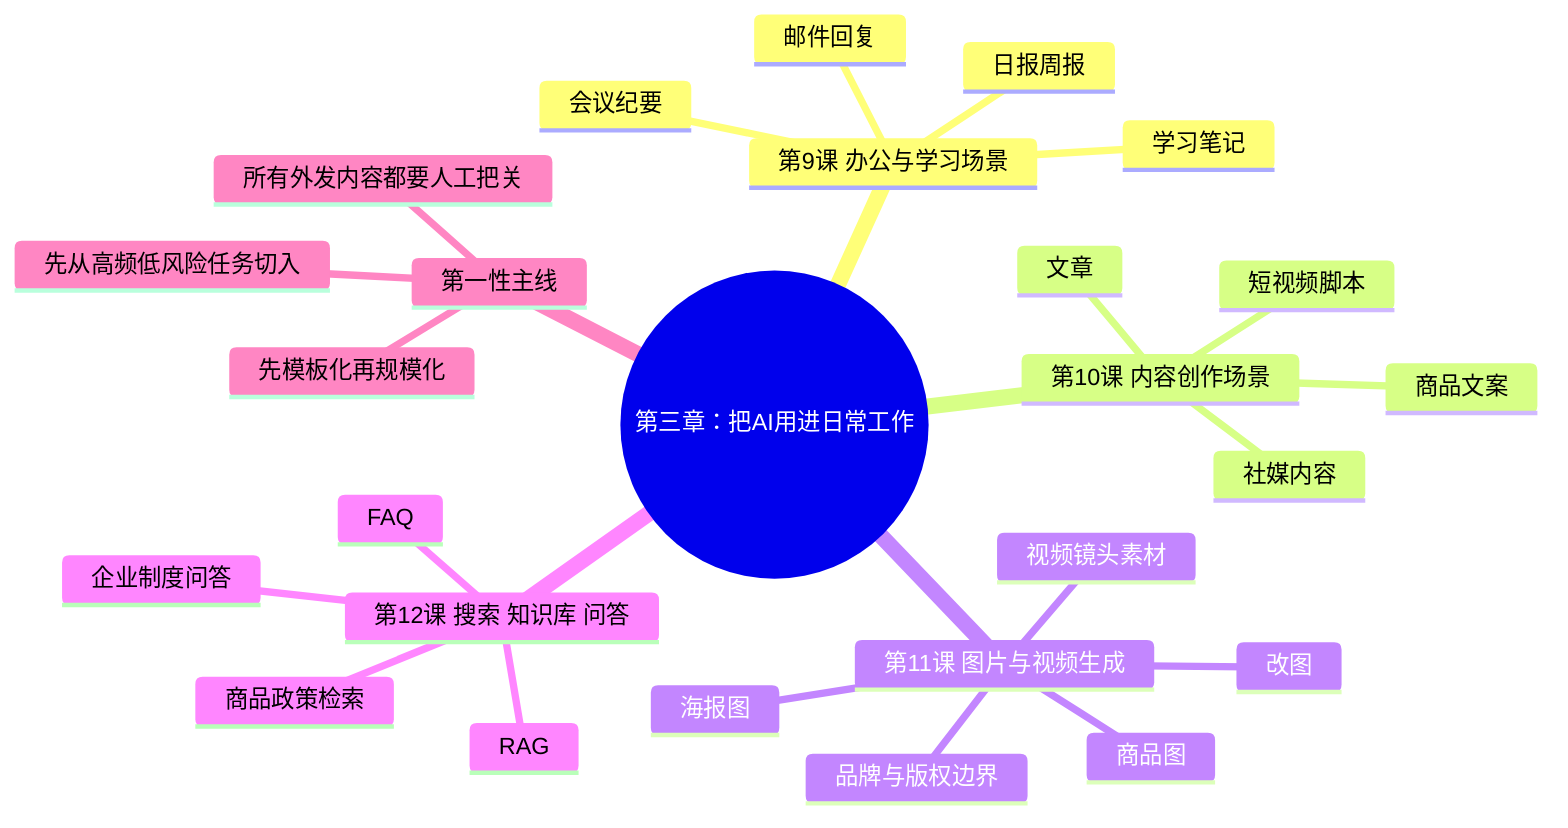
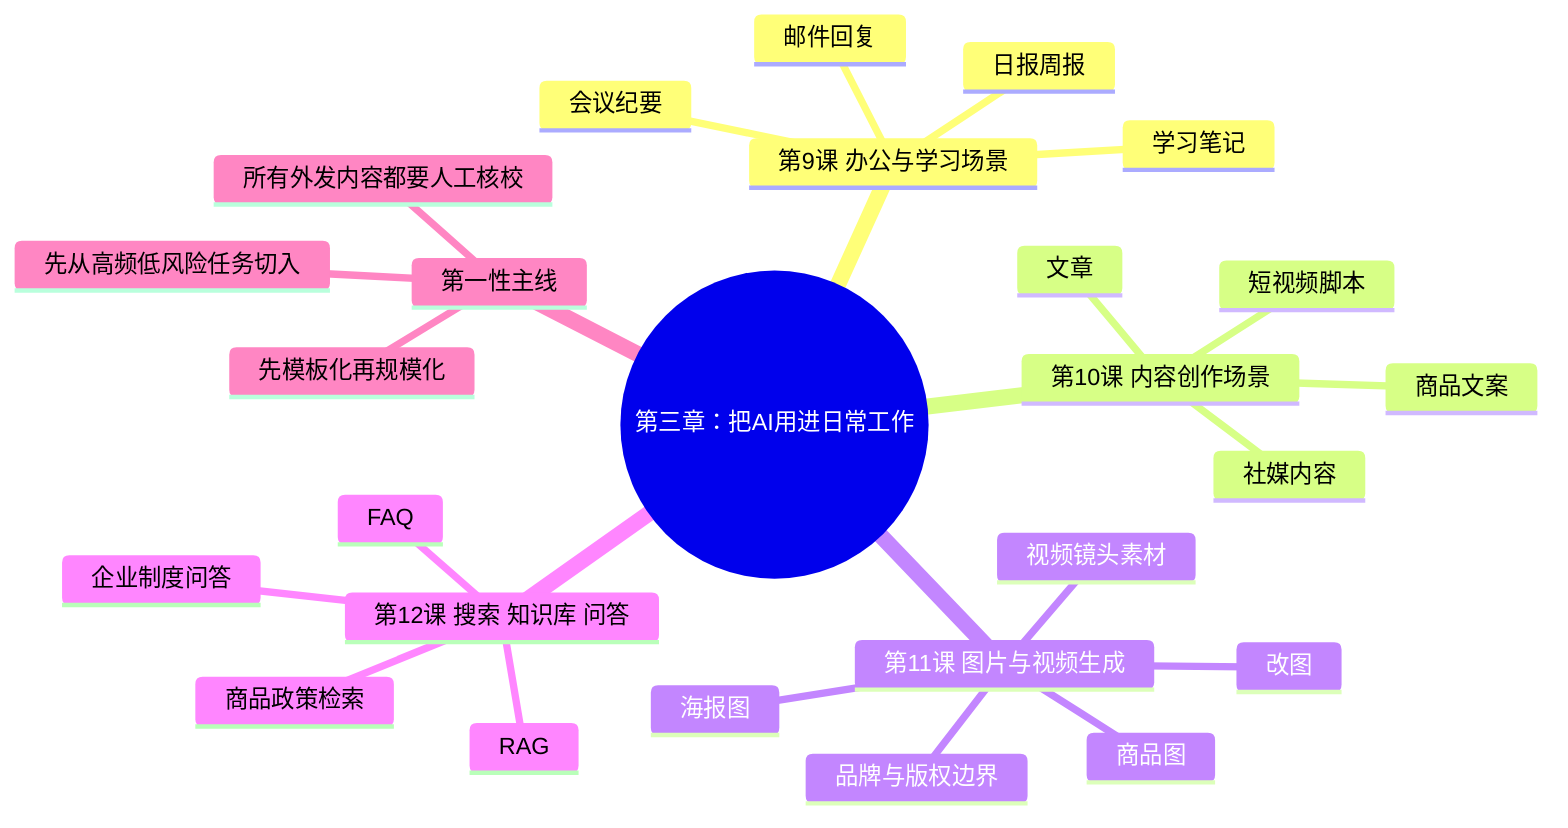
mindmap
  root((第三章：把AI用进日常工作))
    第9课 办公与学习场景
      会议纪要
      邮件回复
      日报周报
      学习笔记
    第10课 内容创作场景
      文章
      商品文案
      短视频脚本
      社媒内容
    第11课 图片与视频生成
      海报图
      商品图
      改图
      视频镜头素材
      品牌与版权边界
    第12课 搜索 知识库 问答
      RAG
      FAQ
      企业制度问答
      商品政策检索
    第一性主线
      先从高频低风险任务切入
      先模板化再规模化
-       所有外发内容都要人工把关
+       所有外发内容都要人工核校
